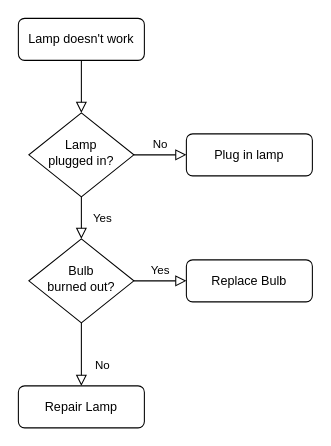
Before: Untitled Diagram.drawio in minegishirei/draw_v1, a draw.io diagram. Source tidied: cells renumbered, new cells numbered last; positions are measured from the earlier drawing's top-left corner, leaving out a move shared by most shapes. Both pictures are drawn from the tidied source at 105%, with x=0, y=0 at pixel (18, 18).
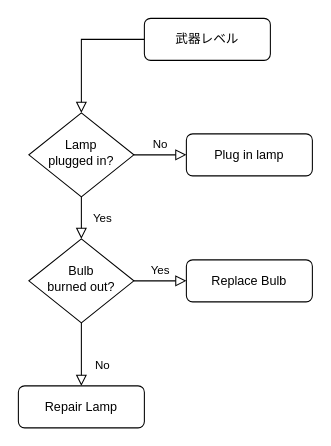
The same diagram, later.

Change to the diagram source:
```diff
@@
 <mxGraphModel>
   <root>
     <mxCell id="0" />
     <mxCell id="1" parent="0" />
     <mxCell id="2" style="rounded=0;html=1;jettySize=auto;fontSize=11;endArrow=block;endFill=0;endSize=8;strokeWidth=1;shadow=0;labelBackgroundColor=none;edgeStyle=orthogonalEdgeStyle;" parent="1" edge="1" source="3" target="6">
       <mxGeometry relative="1" as="geometry" />
     </mxCell>
-    <mxCell id="3" value="Lamp doesn't work" style="rounded=1;whiteSpace=wrap;html=1;fontSize=12;glass=0;strokeWidth=1;shadow=0;" parent="1" vertex="1">
-      <mxGeometry width="120" height="40" as="geometry" />
+    <mxCell id="3" value="武器レベル" style="rounded=1;whiteSpace=wrap;html=1;fontSize=12;glass=0;strokeWidth=1;shadow=0;" parent="1" vertex="1">
+      <mxGeometry x="120" width="120" height="40" as="geometry" />
     </mxCell>
     <mxCell id="4" value="Yes" style="rounded=0;html=1;jettySize=auto;fontSize=11;endArrow=block;endFill=0;endSize=8;strokeWidth=1;shadow=0;labelBackgroundColor=none;edgeStyle=orthogonalEdgeStyle;" parent="1" edge="1" source="6" target="10">
       <mxGeometry y="20" relative="1" as="geometry" />
     </mxCell>
     <mxCell id="5" value="No" style="edgeStyle=orthogonalEdgeStyle;rounded=0;html=1;jettySize=auto;fontSize=11;endArrow=block;endFill=0;endSize=8;strokeWidth=1;shadow=0;labelBackgroundColor=none;" parent="1" edge="1" source="6" target="7">
       <mxGeometry y="10" relative="1" as="geometry" />
     </mxCell>
     <mxCell id="6" value="Lamp&lt;br&gt;plugged in?" style="rhombus;whiteSpace=wrap;html=1;shadow=0;fontFamily=Helvetica;fontSize=12;align=center;strokeWidth=1;spacing=6;spacingTop=-4;" parent="1" vertex="1">
       <mxGeometry x="10" y="90" width="100" height="80" as="geometry" />
     </mxCell>
     <mxCell id="7" value="Plug in lamp" style="rounded=1;whiteSpace=wrap;html=1;fontSize=12;glass=0;strokeWidth=1;shadow=0;" parent="1" vertex="1">
       <mxGeometry x="160" y="110" width="120" height="40" as="geometry" />
     </mxCell>
     <mxCell id="8" value="No" style="rounded=0;html=1;jettySize=auto;fontSize=11;endArrow=block;endFill=0;endSize=8;strokeWidth=1;shadow=0;labelBackgroundColor=none;edgeStyle=orthogonalEdgeStyle;" parent="1" edge="1" source="10" target="11">
       <mxGeometry x="0.33" y="20" relative="1" as="geometry" />
     </mxCell>
     <mxCell id="9" value="Yes" style="edgeStyle=orthogonalEdgeStyle;rounded=0;html=1;jettySize=auto;fontSize=11;endArrow=block;endFill=0;endSize=8;strokeWidth=1;shadow=0;labelBackgroundColor=none;" parent="1" edge="1" source="10" target="12">
       <mxGeometry y="10" relative="1" as="geometry" />
     </mxCell>
     <mxCell id="10" value="Bulb&lt;br&gt;burned out?" style="rhombus;whiteSpace=wrap;html=1;shadow=0;fontFamily=Helvetica;fontSize=12;align=center;strokeWidth=1;spacing=6;spacingTop=-4;" parent="1" vertex="1">
       <mxGeometry x="10" y="210" width="100" height="80" as="geometry" />
     </mxCell>
     <mxCell id="11" value="Repair Lamp" style="rounded=1;whiteSpace=wrap;html=1;fontSize=12;glass=0;strokeWidth=1;shadow=0;" parent="1" vertex="1">
       <mxGeometry y="350" width="120" height="40" as="geometry" />
     </mxCell>
     <mxCell id="12" value="Replace Bulb" style="rounded=1;whiteSpace=wrap;html=1;fontSize=12;glass=0;strokeWidth=1;shadow=0;" parent="1" vertex="1">
       <mxGeometry x="160" y="230" width="120" height="40" as="geometry" />
     </mxCell>
   </root>
 </mxGraphModel>
```
